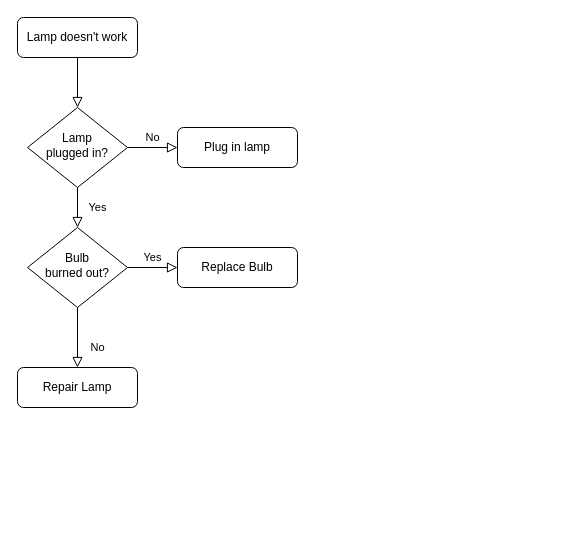
Above: 未命名绘图.drawio in jin-sir/xinli (draw.io), before the change. Source tidied: cells renumbered, new cells numbered last; positions are measured from the earlier drawing's top-left corner, leaving out a move shared by most shapes. Both pictures are drawn from the tidied source at 100%, with x=0, y=0 at pixel (17, 17).
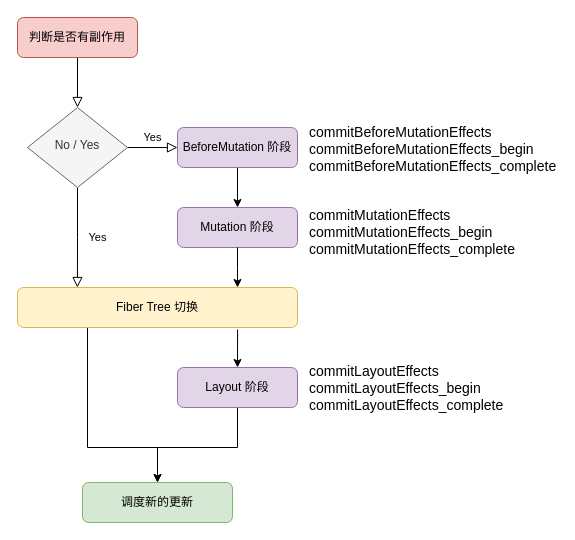
The same page after the edit.

Commit message:
更新未命名绘图.drawio

The edit, as a diff of the source:
```diff
@@
-    <mxCell id="3" value="Lamp doesn't work" style="rounded=1;whiteSpace=wrap;html=1;fontSize=12;glass=0;strokeWidth=1;shadow=0;" parent="1" vertex="1">
+    <mxCell id="3" value="判断是否有副作用" style="rounded=1;whiteSpace=wrap;html=1;fontSize=12;glass=0;strokeWidth=1;shadow=0;fillColor=#f8cecc;strokeColor=#b85450;" parent="1" vertex="1">
       <mxGeometry width="120" height="40" as="geometry" />
     </mxCell>
-    <mxCell id="4" value="Yes" style="rounded=0;html=1;jettySize=auto;fontSize=11;endArrow=block;endFill=0;endSize=8;strokeWidth=1;shadow=0;labelBackgroundColor=none;edgeStyle=orthogonalEdgeStyle;" parent="1" edge="1" source="6" target="10">
+    <mxCell id="4" value="Yes" style="rounded=0;html=1;jettySize=auto;fontSize=11;endArrow=block;endFill=0;endSize=8;strokeWidth=1;shadow=0;labelBackgroundColor=none;edgeStyle=orthogonalEdgeStyle;entryX=0.214;entryY=0;entryDx=0;entryDy=0;entryPerimeter=0;" parent="1" edge="1" source="6" target="11">
       <mxGeometry y="20" relative="1" as="geometry" />
     </mxCell>
-    <mxCell id="5" value="No" style="edgeStyle=orthogonalEdgeStyle;rounded=0;html=1;jettySize=auto;fontSize=11;endArrow=block;endFill=0;endSize=8;strokeWidth=1;shadow=0;labelBackgroundColor=none;" parent="1" edge="1" source="6" target="7">
+    <mxCell id="5" value="Yes" style="edgeStyle=orthogonalEdgeStyle;rounded=0;html=1;jettySize=auto;fontSize=11;endArrow=block;endFill=0;endSize=8;strokeWidth=1;shadow=0;labelBackgroundColor=none;" parent="1" edge="1" source="6" target="7">
       <mxGeometry y="10" relative="1" as="geometry" />
     </mxCell>
-    <mxCell id="6" value="Lamp&lt;br&gt;plugged in?" style="rhombus;whiteSpace=wrap;html=1;shadow=0;fontFamily=Helvetica;fontSize=12;align=center;strokeWidth=1;spacing=6;spacingTop=-4;" parent="1" vertex="1">
+    <mxCell id="6" value="No / Yes" style="rhombus;whiteSpace=wrap;html=1;shadow=0;fontFamily=Helvetica;fontSize=12;align=center;strokeWidth=1;spacing=6;spacingTop=-4;fillColor=#f5f5f5;fontColor=#333333;strokeColor=#666666;" parent="1" vertex="1">
       <mxGeometry x="10" y="90" width="100" height="80" as="geometry" />
     </mxCell>
+    <mxCell id="13" style="edgeStyle=orthogonalEdgeStyle;rounded=0;jettySize=auto;html=1;exitX=0.5;exitY=1;exitDx=0;exitDy=0;entryX=0.5;entryY=0;entryDx=0;entryDy=0;" parent="1" edge="1" source="7" target="12">
+      <mxGeometry relative="1" as="geometry" />
+    </mxCell>
-    <mxCell id="7" value="Plug in lamp" style="rounded=1;whiteSpace=wrap;html=1;fontSize=12;glass=0;strokeWidth=1;shadow=0;" parent="1" vertex="1">
+    <mxCell id="7" value="BeforeMutation 阶段" style="rounded=1;whiteSpace=wrap;html=1;fontSize=12;glass=0;strokeWidth=1;shadow=0;fillColor=#e1d5e7;strokeColor=#9673a6;" parent="1" vertex="1">
       <mxGeometry x="160" y="110" width="120" height="40" as="geometry" />
     </mxCell>
-    <mxCell id="8" value="No" style="rounded=0;html=1;jettySize=auto;fontSize=11;endArrow=block;endFill=0;endSize=8;strokeWidth=1;shadow=0;labelBackgroundColor=none;edgeStyle=orthogonalEdgeStyle;" parent="1" edge="1" source="10" target="11">
-      <mxGeometry x="0.33" y="20" relative="1" as="geometry" />
-    </mxCell>
-    <mxCell id="9" value="Yes" style="edgeStyle=orthogonalEdgeStyle;rounded=0;html=1;jettySize=auto;fontSize=11;endArrow=block;endFill=0;endSize=8;strokeWidth=1;shadow=0;labelBackgroundColor=none;" parent="1" edge="1" source="10" target="12">
-      <mxGeometry y="10" relative="1" as="geometry" />
-    </mxCell>
-    <mxCell id="10" value="Bulb&lt;br&gt;burned out?" style="rhombus;whiteSpace=wrap;html=1;shadow=0;fontFamily=Helvetica;fontSize=12;align=center;strokeWidth=1;spacing=6;spacingTop=-4;" parent="1" vertex="1">
-      <mxGeometry x="10" y="210" width="100" height="80" as="geometry" />
-    </mxCell>
+    <mxCell id="14" style="edgeStyle=orthogonalEdgeStyle;rounded=0;jettySize=auto;html=1;exitX=0.25;exitY=1;exitDx=0;exitDy=0;entryX=0.5;entryY=0;entryDx=0;entryDy=0;" parent="1" edge="1" source="11" target="16">
+      <mxGeometry relative="1" as="geometry">
+        <Array as="points">
+          <mxPoint x="70" y="430" />
+          <mxPoint x="140" y="430" />
+        </Array>
+      </mxGeometry>
+    </mxCell>
-    <mxCell id="11" value="Repair Lamp" style="rounded=1;whiteSpace=wrap;html=1;fontSize=12;glass=0;strokeWidth=1;shadow=0;" parent="1" vertex="1">
-      <mxGeometry y="350" width="120" height="40" as="geometry" />
+    <mxCell id="11" value="Fiber Tree 切换" style="rounded=1;whiteSpace=wrap;html=1;fontSize=12;glass=0;strokeWidth=1;shadow=0;fillColor=#fff2cc;strokeColor=#d6b656;" parent="1" vertex="1">
+      <mxGeometry y="270" width="280" height="40" as="geometry" />
     </mxCell>
-    <mxCell id="12" value="Replace Bulb" style="rounded=1;whiteSpace=wrap;html=1;fontSize=12;glass=0;strokeWidth=1;shadow=0;" parent="1" vertex="1">
-      <mxGeometry x="160" y="230" width="120" height="40" as="geometry" />
+    <mxCell id="12" value="Mutation 阶段" style="rounded=1;whiteSpace=wrap;html=1;fontSize=12;glass=0;strokeWidth=1;shadow=0;fillColor=#e1d5e7;strokeColor=#9673a6;" parent="1" vertex="1">
+      <mxGeometry x="160" y="190" width="120" height="40" as="geometry" />
     </mxCell>
+    <mxCell id="15" style="edgeStyle=orthogonalEdgeStyle;rounded=0;jettySize=auto;html=1;exitX=0.5;exitY=1;exitDx=0;exitDy=0;" parent="1" edge="1" source="12">
+      <mxGeometry relative="1" as="geometry">
+        <mxPoint x="220" y="270" as="targetPoint" />
+      </mxGeometry>
+    </mxCell>
+    <mxCell id="16" value="调度新的更新" style="rounded=1;whiteSpace=wrap;html=1;fontSize=12;glass=0;strokeWidth=1;shadow=0;fillColor=#d5e8d4;strokeColor=#82b366;" parent="1" vertex="1">
+      <mxGeometry x="65" y="465" width="150" height="40" as="geometry" />
+    </mxCell>
+    <mxCell id="17" style="edgeStyle=orthogonalEdgeStyle;rounded=0;jettySize=auto;html=1;exitX=0.5;exitY=1;exitDx=0;exitDy=0;entryX=0.5;entryY=0;entryDx=0;entryDy=0;" parent="1" edge="1" source="18" target="16">
+      <mxGeometry relative="1" as="geometry">
+        <Array as="points">
+          <mxPoint x="220" y="430" />
+          <mxPoint x="140" y="430" />
+        </Array>
+      </mxGeometry>
+    </mxCell>
+    <mxCell id="18" value="Layout 阶段" style="rounded=1;whiteSpace=wrap;html=1;fontSize=12;glass=0;strokeWidth=1;shadow=0;fillColor=#e1d5e7;strokeColor=#9673a6;" parent="1" vertex="1">
+      <mxGeometry x="160" y="350" width="120" height="40" as="geometry" />
+    </mxCell>
+    <mxCell id="19" style="edgeStyle=orthogonalEdgeStyle;rounded=0;jettySize=auto;html=1;exitX=0.786;exitY=1.05;exitDx=0;exitDy=0;entryX=0.5;entryY=0;entryDx=0;entryDy=0;exitPerimeter=0;" parent="1" edge="1" source="11" target="18">
+      <mxGeometry relative="1" as="geometry" />
+    </mxCell>
+    <mxCell id="20" value="commitBeforeMutationEffects&#10;commitBeforeMutationEffects_begin&#10;commitBeforeMutationEffects_complete" style="text;fontSize=14;spacingTop=1;verticalAlign=middle;spacing=2;" parent="1" vertex="1">
+      <mxGeometry x="290" y="100" width="250" height="60" as="geometry" />
+    </mxCell>
+    <mxCell id="21" value="commitMutationEffects&#10;commitMutationEffects_begin&#10;commitMutationEffects_complete" style="text;whiteSpace=wrap;fontSize=14;" parent="1" vertex="1">
+      <mxGeometry x="290" y="182.5" width="210" height="55" as="geometry" />
+    </mxCell>
+    <mxCell id="22" value="commitLayoutEffects&#10;commitLayoutEffects_begin&#10;commitLayoutEffects_complete" style="text;whiteSpace=wrap;fontSize=14;" parent="1" vertex="1">
+      <mxGeometry x="290" y="339" width="200" height="70" as="geometry" />
+    </mxCell>
```
